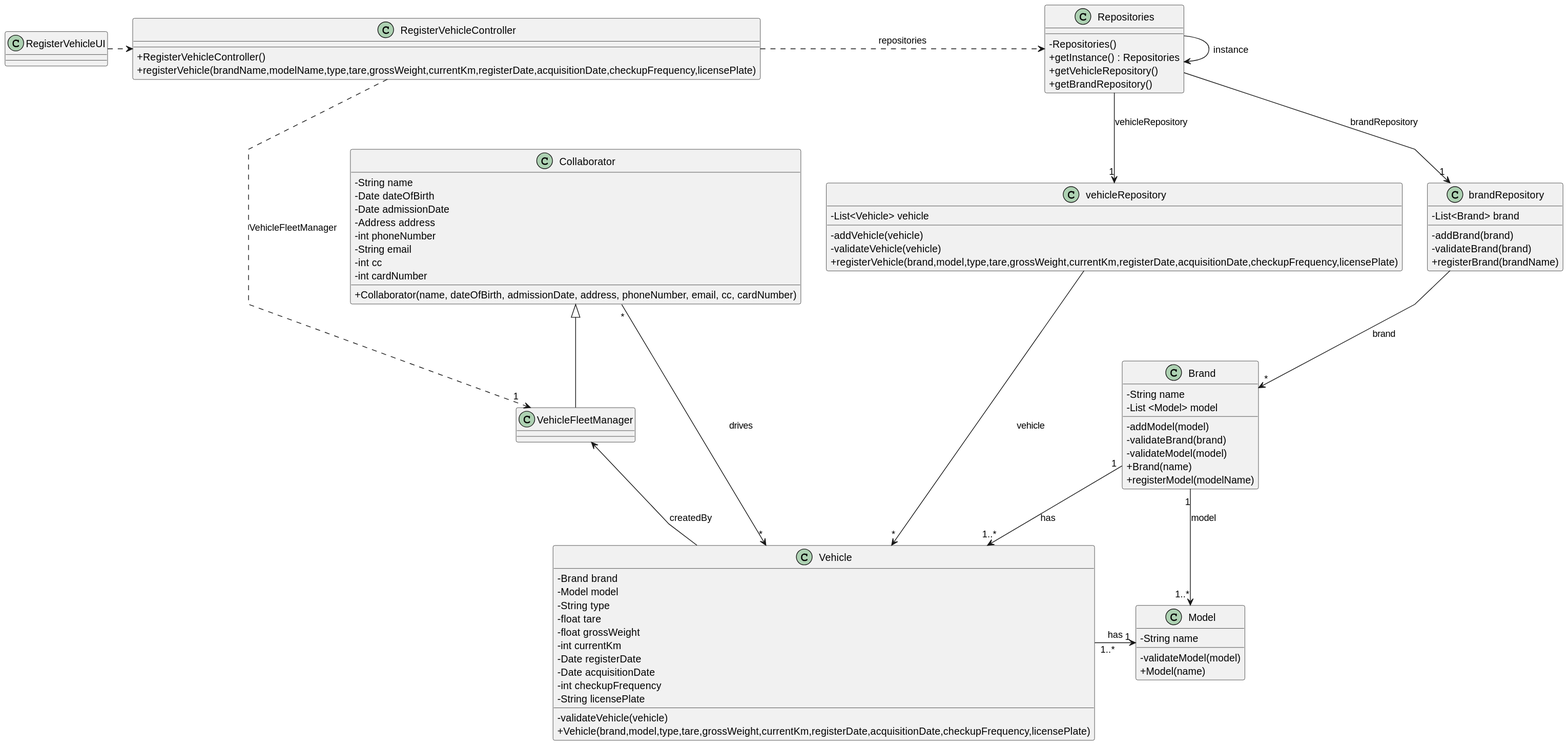
This is docs/sprint2/us06/03.design/svg/us06-class-diagram.svg from Departamento-de-Engenharia-Informatica/lei-24-s2-1db-g022, a PlantUML export, as it was before one commit.
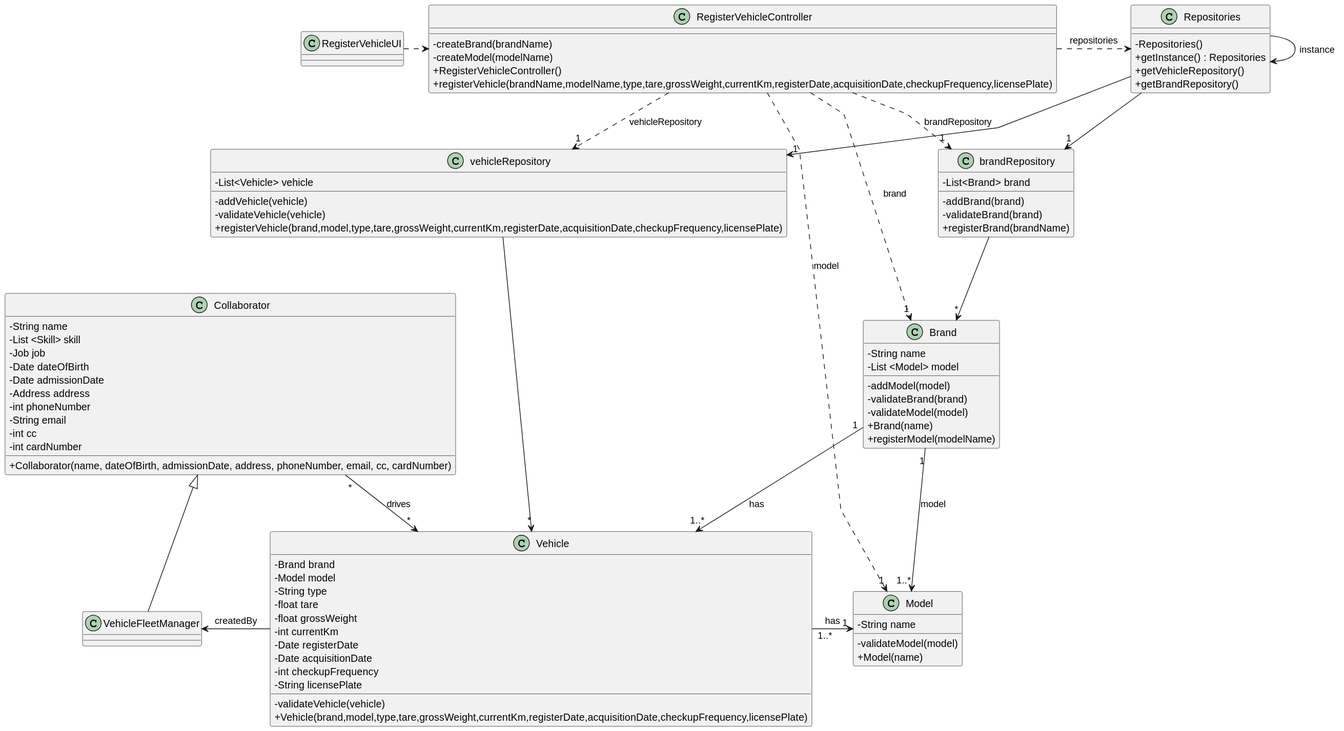
The same file after the commit.

Commit message:
correction of US02 class diagram and adding a question and its answer to requirements engineering correction of US06 class diagram

Diff of the diagram source:
```diff
@@ -7,43 +7,45 @@
 
 
 class Brand {
-    - String name
-    - List <Model> model
+    -String name
+    -List <Model> model
 
-    - addModel(model)
-    - validateBrand(brand)
-    - validateModel(model)
-    + Brand(name)
-    + registerModel(modelName)
+    -addModel(model)
+    -validateBrand(brand)
+    -validateModel(model)
+    +Brand(name)
+    +registerModel(modelName)
 }
 
 class Model {
-    - String name
+    -String name
 
-    - validateModel(model)
-    + Model(name)
+    -validateModel(model)
+    +Model(name)
 }
 
 class Vehicle {
-    - Brand brand
-    - Model model
-    - String type
-    - float tare
-    - float grossWeight
-    - int currentKm
-    - Date registerDate
-    - Date acquisitionDate
-    - int checkupFrequency
-    - String licensePlate
+    -Brand brand
+    -Model model
+    -String type
+    -float tare
+    -float grossWeight
+    -int currentKm
+    -Date registerDate
+    -Date acquisitionDate
+    -int checkupFrequency
+    -String licensePlate
 
-    - validateVehicle(vehicle)
-    + Vehicle(brand,model,type,tare,grossWeight,currentKm,registerDate,acquisitionDate,checkupFrequency,licensePlate)
+    -validateVehicle(vehicle)
+    +Vehicle(brand,model,type,tare,grossWeight,currentKm,registerDate,acquisitionDate,checkupFrequency,licensePlate)
 }
 
 class RegisterVehicleController {
 
-    + RegisterVehicleController()
-    + registerVehicle(brandName,modelName,type,tare,grossWeight,currentKm,registerDate,acquisitionDate,checkupFrequency,licensePlate)
+    -createBrand(brandName)
+    -createModel(modelName)
+    +RegisterVehicleController()
+    +registerVehicle(brandName,modelName,type,tare,grossWeight,currentKm,registerDate,acquisitionDate,checkupFrequency,licensePlate)
 }
 
 class RegisterVehicleUI {
@@ -51,6 +53,8 @@
 
 class Collaborator {
     -String name
+    -List <Skill> skill
+    -Job job
     -Date dateOfBirth
     -Date admissionDate
     -Address address
@@ -59,7 +63,7 @@
     -int cc
     -int cardNumber
 
-    + Collaborator(name, dateOfBirth, admissionDate, address, phoneNumber, email, cc, cardNumber)
+    +Collaborator(name, dateOfBirth, admissionDate, address, phoneNumber, email, cc, cardNumber)
 }
 
 class VehicleFleetManager {
@@ -67,40 +71,51 @@
 
 class Repositories {
 
-    - Repositories()
-    + getInstance() : Repositories
-    + getVehicleRepository()
-    + getBrandRepository()
+    -Repositories()
+    +getInstance() : Repositories
+    +getVehicleRepository()
+    +getBrandRepository()
 }
 
 class vehicleRepository {
-    - List<Vehicle> vehicle
+    -List<Vehicle> vehicle
 
-    - addVehicle(vehicle)
-    - validateVehicle(vehicle)
-    + registerVehicle(brand,model,type,tare,grossWeight,currentKm,registerDate,acquisitionDate,checkupFrequency,licensePlate)
+    -addVehicle(vehicle)
+    -validateVehicle(vehicle)
+    +registerVehicle(brand,model,type,tare,grossWeight,currentKm,registerDate,acquisitionDate,checkupFrequency,licensePlate)
 }
 
 class brandRepository {
-    - List<Brand> brand
+    -List<Brand> brand
 
-    - addBrand(brand)
-    - validateBrand(brand)
-    + registerBrand(brandName)
+    -addBrand(brand)
+    -validateBrand(brand)
+    +registerBrand(brandName)
 }
 
 RegisterVehicleController .> Repositories : repositories
+RegisterVehicleController .> "1" vehicleRepository : vehicleRepository
+RegisterVehicleController .> "1" brandRepository : brandRepository
+RegisterVehicleController ..> "1" Brand : brand
+RegisterVehicleController ..> "1" Model : model
+
 RegisterVehicleUI .> RegisterVehicleController
+
 Repositories -> Repositories : instance
-Repositories --> "1" vehicleRepository : vehicleRepository
-Repositories --> "1" brandRepository : brandRepository
-vehicleRepository ---> "*" Vehicle : vehicle
-brandRepository --> "*" Brand : brand
+Repositories --> "1" vehicleRepository
+Repositories --> "1" brandRepository
+
+vehicleRepository ---> "*" Vehicle
+
+brandRepository --> "*" Brand
+
 Collaborator  <|--  VehicleFleetManager
-RegisterVehicleController ..> "1" VehicleFleetManager : VehicleFleetManager
-VehicleFleetManager <--  Vehicle: createdBy
-Collaborator "*" --> "*" Vehicle : drives
+Collaborator "*" -> "*" Vehicle : drives
+
+VehicleFleetManager <-  Vehicle: createdBy
+
 Brand "1" --> "1..*" Model : model
 Brand "1" --> "1..*" Vehicle : has
+
 Vehicle "1..*" -> "1" Model : has
 @enduml
```
